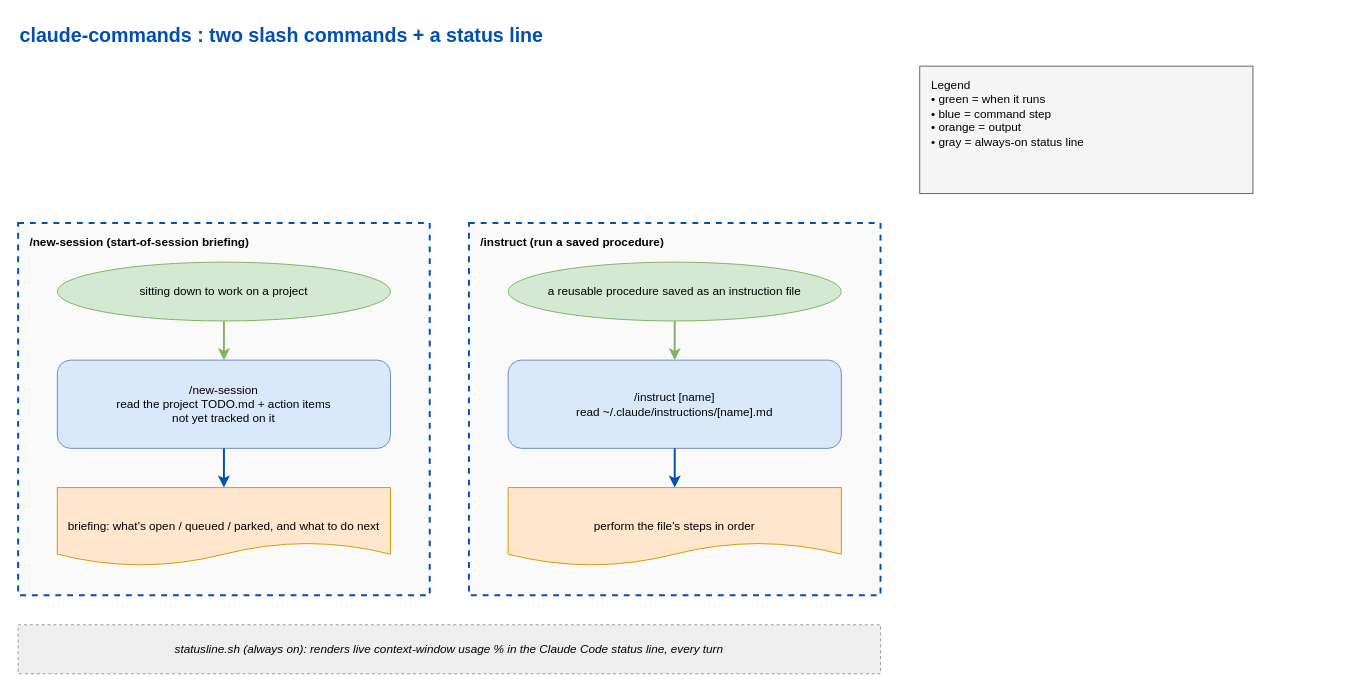
The draw.io diagram docs/commands-flow.drawio in eranw2000/claude-commands, before the edit. Source tidied: cells renumbered, new cells numbered last; positions are measured from the earlier drawing's top-left corner, leaving out a move shared by most shapes. Both pictures are drawn from the tidied source at 98%, with x=0, y=0 at pixel (18, 17).
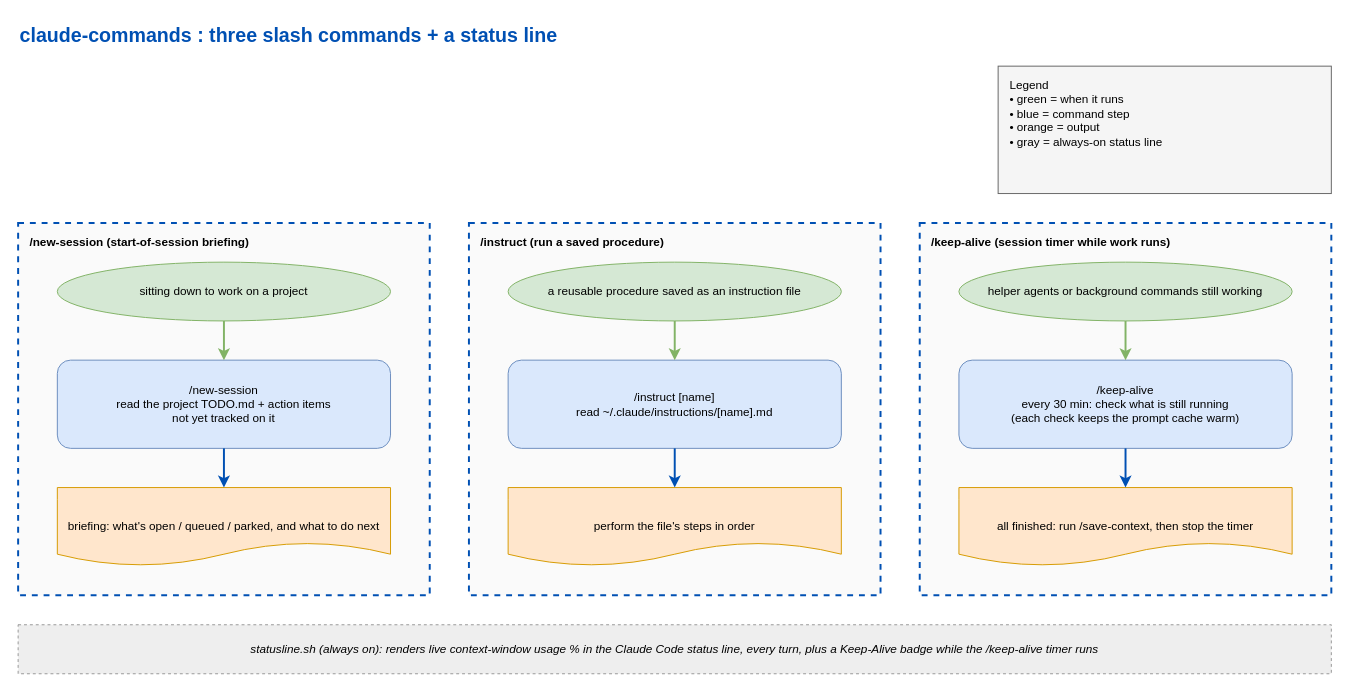
The same diagram, later.

Commit message (it also covers changes not shown here):
Add /keep-alive and a Keep-Alive status line badge

Change to the diagram source:
```diff
@@
-    <mxCell id="2" value="claude-commands : two slash commands + a status line" style="text;html=1;fontSize=20;fontStyle=1;fontColor=#0050b3;align=left;verticalAlign=middle;" parent="1" vertex="1">
+    <mxCell id="2" value="claude-commands : three slash commands + a status line" style="text;html=1;fontSize=20;fontStyle=1;fontColor=#0050b3;align=left;verticalAlign=middle;" parent="1" vertex="1">
       <mxGeometry width="900" height="36" as="geometry" />
     </mxCell>
     <mxCell id="3" value="Legend&#10;• green = when it runs&#10;• blue = command step&#10;• orange = output&#10;• gray = always-on status line" style="rounded=0;fillColor=#f5f5f5;strokeColor=#666666;fontStyle=0;verticalAlign=top;align=left;spacingLeft=10;spacingTop=6;whiteSpace=wrap;html=1;fontFamily=Helvetica;" parent="1" vertex="1">
-      <mxGeometry x="920" y="50" width="340" height="130" as="geometry" />
+      <mxGeometry x="1000" y="50" width="340" height="130" as="geometry" />
     </mxCell>
@@
+    <mxCell id="17" value="/keep-alive  (session timer while work runs)" style="rounded=0;fillColor=#fafafa;strokeColor=#0050b3;fontStyle=1;verticalAlign=top;align=left;spacingLeft=10;spacingTop=6;dashed=1;strokeWidth=2;html=1;" parent="1" vertex="1">
+      <mxGeometry x="920" y="210" width="420" height="380" as="geometry" />
+    </mxCell>
+    <mxCell id="18" value="helper agents or background commands still working" style="ellipse;fillColor=#d5e8d4;strokeColor=#82b366;html=1;whiteSpace=wrap;" parent="1" vertex="1">
+      <mxGeometry x="960" y="250" width="340" height="60" as="geometry" />
+    </mxCell>
+    <mxCell id="19" value="/keep-alive&#10;every 30 min: check what is still running&#10;(each check keeps the prompt cache warm)" style="rounded=1;fillColor=#dae8fc;strokeColor=#6c8ebf;html=1;whiteSpace=wrap;" parent="1" vertex="1">
+      <mxGeometry x="960" y="350" width="340" height="90" as="geometry" />
+    </mxCell>
+    <mxCell id="20" value="all finished: run /save-context, then stop the timer" style="shape=document;fillColor=#ffe6cc;strokeColor=#d79b00;html=1;whiteSpace=wrap;" parent="1" vertex="1">
+      <mxGeometry x="960" y="480" width="340" height="80" as="geometry" />
+    </mxCell>
-    <mxCell id="12" value="statusline.sh (always on): renders live context-window usage % in the Claude Code status line, every turn" style="rounded=0;fillColor=#eeeeee;strokeColor=#999999;html=1;whiteSpace=wrap;fontStyle=2;dashed=1;verticalAlign=middle;align=center;" parent="1" vertex="1">
-      <mxGeometry y="620" width="880" height="50" as="geometry" />
+    <mxCell id="12" value="statusline.sh (always on): renders live context-window usage % in the Claude Code status line, every turn, plus a Keep-Alive badge while the /keep-alive timer runs" style="rounded=0;fillColor=#eeeeee;strokeColor=#999999;html=1;whiteSpace=wrap;fontStyle=2;dashed=1;verticalAlign=middle;align=center;" parent="1" vertex="1">
+      <mxGeometry y="620" width="1340" height="50" as="geometry" />
     </mxCell>
@@
+    <mxCell id="21" style="edgeStyle=orthogonalEdgeStyle;rounded=0;endArrow=classic;strokeColor=#82b366;strokeWidth=2;html=1;" parent="1" edge="1" source="18" target="19">
+      <mxGeometry relative="1" as="geometry" />
+    </mxCell>
+    <mxCell id="22" style="edgeStyle=orthogonalEdgeStyle;rounded=0;endArrow=classic;strokeColor=#0050b3;strokeWidth=2;html=1;" parent="1" edge="1" source="19" target="20">
+      <mxGeometry relative="1" as="geometry" />
+    </mxCell>
```
